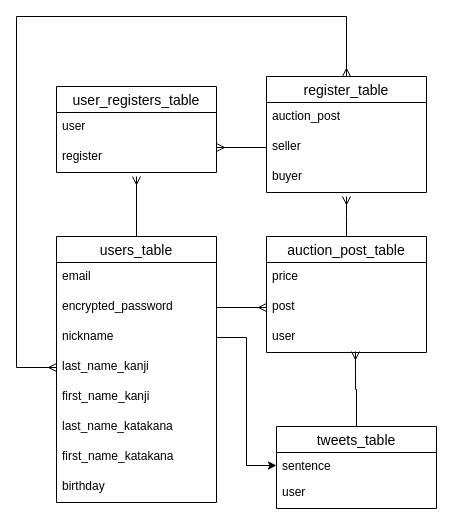
Earlier version of the draw.io diagram ER.dio (marchuta/tweetication). Source tidied: cells renumbered, new cells numbered last; positions are measured from the earlier drawing's top-left corner, leaving out a move shared by most shapes. Both pictures are drawn from the tidied source at 100%, with x=0, y=0 at pixel (16, 16).
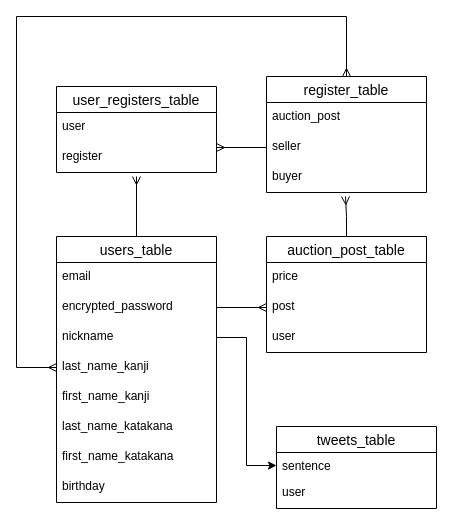
The same diagram, later.

The change refers to these unchanged cells:
```xml
<mxCell id="13" value="tweets_table" style="swimlane;fontStyle=0;horizontal=1;startSize=26;align=center;fontSize=14;" parent="1" vertex="1">
  <mxGeometry x="260" y="410" width="160" height="82" as="geometry" />
</mxCell>
<mxCell id="23" value="auction_post_table" style="swimlane;fontStyle=0;horizontal=1;startSize=26;align=center;fontSize=14;" parent="1" vertex="1">
  <mxGeometry x="250" y="220" width="160" height="116" as="geometry" />
</mxCell>
<mxCell id="26" value="user" style="text;strokeColor=none;fillColor=none;spacingLeft=4;spacingRight=4;overflow=hidden;points=[[0,0.5],[1,0.5]];portConstraint=eastwest;fontSize=12;" parent="23" vertex="1">
  <mxGeometry y="86" width="160" height="30" as="geometry" />
</mxCell>
```

Change to the diagram source:
```diff
@@
-    <mxCell id="12" style="edgeStyle=orthogonalEdgeStyle;rounded=0;jettySize=auto;html=1;entryX=0.556;entryY=0.967;entryDx=0;entryDy=0;entryPerimeter=0;endArrow=ERmany;endFill=0;" parent="1" edge="1" source="13" target="26">
-      <mxGeometry relative="1" as="geometry" />
-    </mxCell>
@@
     <mxCell id="22" style="edgeStyle=orthogonalEdgeStyle;rounded=0;jettySize=auto;html=1;startArrow=none;startFill=0;endArrow=ERmany;endFill=0;" parent="1" edge="1" source="23">
       <mxGeometry relative="1" as="geometry">
-        <mxPoint x="330" y="180" as="targetPoint" />
+        <mxPoint x="329" y="180" as="targetPoint" />
       </mxGeometry>
     </mxCell>
```
